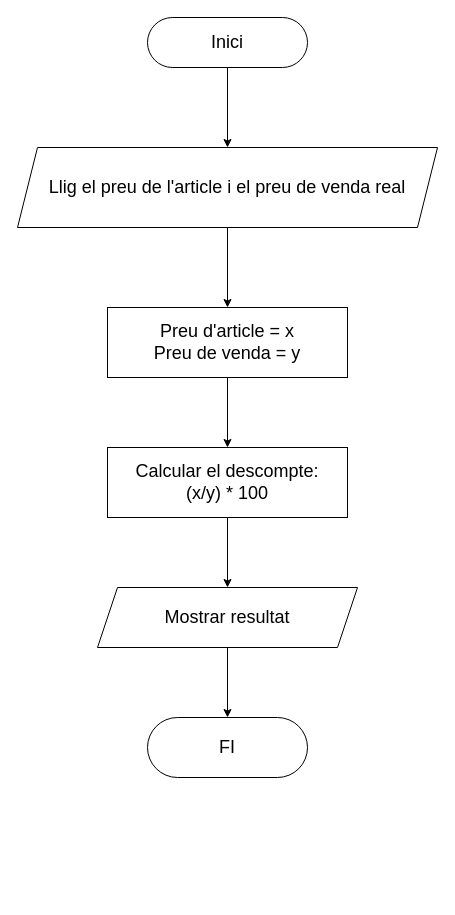
Above: Programacion/Diagrama_flux/ex6.drawio in edav03/1DAW (draw.io), before the change. Source tidied: cells renumbered, new cells numbered last; positions are measured from the earlier drawing's top-left corner, leaving out a move shared by most shapes. Both pictures are drawn from the tidied source at 100%, with x=0, y=0 at pixel (17, 17).
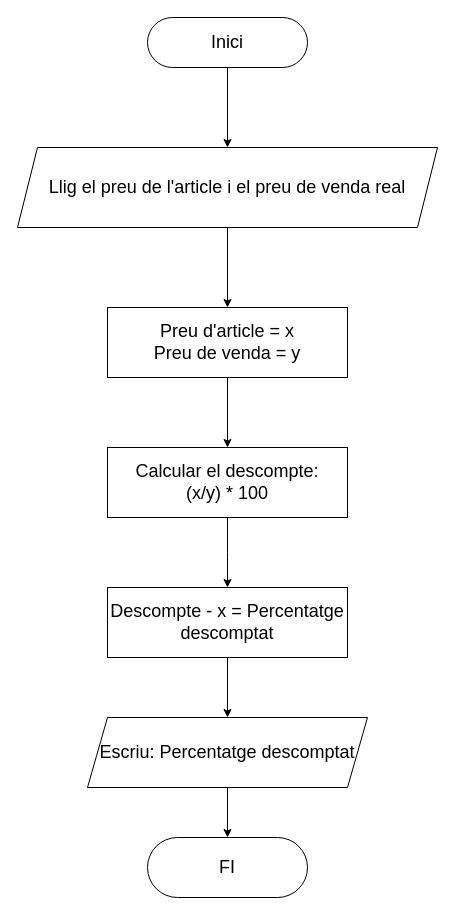
Above is the later version.

What changed in the source:
```diff
@@
 <mxGraphModel>
   <root>
     <mxCell id="0" />
     <mxCell id="1" parent="0" />
     <mxCell id="2" value="&lt;font style=&quot;font-size: 18px&quot;&gt;Inici&lt;/font&gt;" style="rounded=1;whiteSpace=wrap;html=1;arcSize=50;" parent="1" vertex="1">
       <mxGeometry x="130" width="160" height="50" as="geometry" />
     </mxCell>
     <mxCell id="3" style="endArrow=classic;html=1;exitX=0.5;exitY=1;exitDx=0;exitDy=0;" parent="1" edge="1" source="2">
       <mxGeometry relative="1" as="geometry">
         <mxPoint x="210" y="130" as="targetPoint" />
       </mxGeometry>
     </mxCell>
     <mxCell id="4" style="edgeStyle=orthogonalEdgeStyle;rounded=0;jettySize=auto;html=1;entryX=0.5;entryY=0;entryDx=0;entryDy=0;" parent="1" edge="1" source="5" target="7">
       <mxGeometry relative="1" as="geometry" />
     </mxCell>
     <mxCell id="5" value="&lt;font style=&quot;font-size: 18px&quot;&gt;Llig el preu de l'article i el preu de venda real&lt;/font&gt;" style="shape=parallelogram;perimeter=parallelogramPerimeter;whiteSpace=wrap;html=1;fixedSize=1;" parent="1" vertex="1">
       <mxGeometry y="130" width="420" height="80" as="geometry" />
     </mxCell>
     <mxCell id="6" style="edgeStyle=orthogonalEdgeStyle;rounded=0;jettySize=auto;html=1;" parent="1" edge="1" source="7" target="9">
       <mxGeometry relative="1" as="geometry" />
     </mxCell>
     <mxCell id="7" value="&lt;font style=&quot;font-size: 18px&quot;&gt;Preu d'article = x&lt;br&gt;Preu de venda = y&lt;/font&gt;" style="rounded=0;whiteSpace=wrap;html=1;" parent="1" vertex="1">
       <mxGeometry x="90" y="290" width="240" height="70" as="geometry" />
     </mxCell>
-    <mxCell id="8" style="edgeStyle=orthogonalEdgeStyle;rounded=0;jettySize=auto;html=1;entryX=0.5;entryY=0;entryDx=0;entryDy=0;" parent="1" edge="1" source="9" target="11">
-      <mxGeometry relative="1" as="geometry" />
+    <mxCell id="8" style="edgeStyle=orthogonalEdgeStyle;rounded=0;jettySize=auto;html=1;entryX=0.5;entryY=0;entryDx=0;entryDy=0;" parent="1" edge="1" source="9">
+      <mxGeometry relative="1" as="geometry">
+        <mxPoint x="210" y="570" as="targetPoint" />
+      </mxGeometry>
     </mxCell>
     <mxCell id="9" value="&lt;font style=&quot;font-size: 18px&quot;&gt;Calcular el descompte:&lt;br&gt;(x/y) * 100&lt;br&gt;&lt;/font&gt;" style="rounded=0;whiteSpace=wrap;html=1;" parent="1" vertex="1">
       <mxGeometry x="90" y="430" width="240" height="70" as="geometry" />
     </mxCell>
-    <mxCell id="10" style="edgeStyle=orthogonalEdgeStyle;rounded=0;jettySize=auto;html=1;" parent="1" edge="1" source="11" target="12">
-      <mxGeometry relative="1" as="geometry" />
+    <mxCell id="10" style="edgeStyle=orthogonalEdgeStyle;rounded=0;orthogonalLoop=1;jettySize=auto;html=1;" parent="1" edge="1">
+      <mxGeometry relative="1" as="geometry">
+        <mxPoint x="210" y="630" as="sourcePoint" />
+        <mxPoint x="210" y="700" as="targetPoint" />
+      </mxGeometry>
     </mxCell>
-    <mxCell id="11" value="&lt;font style=&quot;font-size: 18px&quot;&gt;Mostrar resultat&lt;/font&gt;" style="shape=parallelogram;perimeter=parallelogramPerimeter;whiteSpace=wrap;html=1;fixedSize=1;" parent="1" vertex="1">
-      <mxGeometry x="80" y="570" width="260" height="60" as="geometry" />
-    </mxCell>
     <mxCell id="12" value="&lt;font style=&quot;font-size: 18px&quot;&gt;FI&lt;/font&gt;" style="rounded=1;whiteSpace=wrap;html=1;arcSize=50;" parent="1" vertex="1">
-      <mxGeometry x="130" y="700" width="160" height="60" as="geometry" />
+      <mxGeometry x="130" y="820" width="160" height="60" as="geometry" />
     </mxCell>
+    <mxCell id="13" value="&lt;span style=&quot;font-size: 18px&quot;&gt;Descompte - x = Percentatge descomptat&lt;/span&gt;" style="rounded=0;whiteSpace=wrap;html=1;" parent="1" vertex="1">
+      <mxGeometry x="90" y="570" width="240" height="70" as="geometry" />
+    </mxCell>
+    <mxCell id="14" style="edgeStyle=orthogonalEdgeStyle;rounded=0;jettySize=auto;html=1;entryX=0.5;entryY=0;entryDx=0;entryDy=0;" parent="1" edge="1" source="15" target="12">
+      <mxGeometry relative="1" as="geometry" />
+    </mxCell>
+    <mxCell id="15" value="&lt;font style=&quot;font-size: 18px&quot;&gt;Escriu: Percentatge descomptat&lt;/font&gt;" style="shape=parallelogram;perimeter=parallelogramPerimeter;whiteSpace=wrap;html=1;fixedSize=1;" parent="1" vertex="1">
+      <mxGeometry x="70" y="700" width="280" height="70" as="geometry" />
+    </mxCell>
   </root>
 </mxGraphModel>
```
